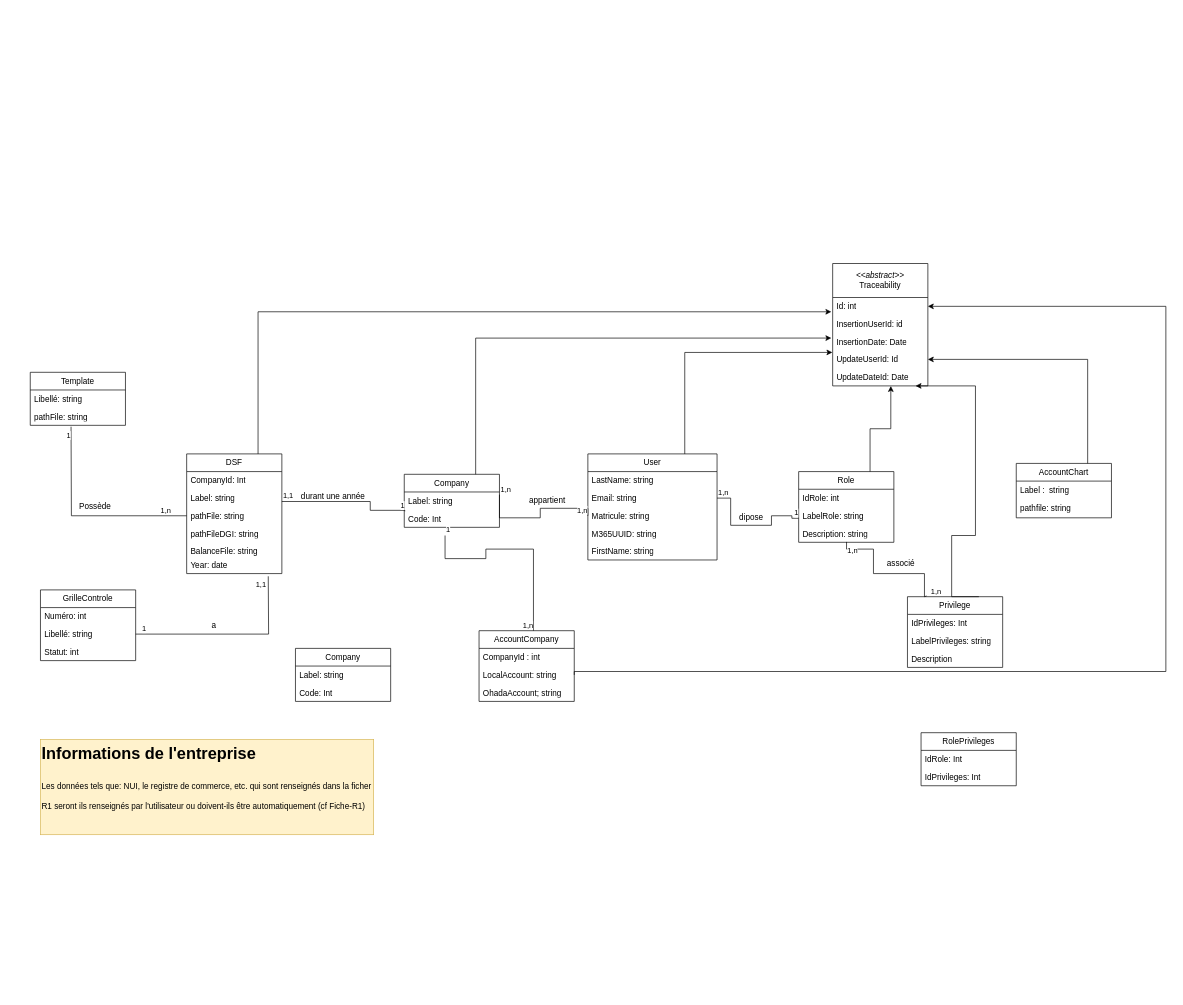
Earlier version of the draw.io diagram page "Copie de Diagramme_classe" (2 of 6) of Conception_DSF.drawio (Michelle-Ngami/Conception_DSF). Source tidied: cells renumbered, new cells numbered last; positions are measured from the earlier drawing's top-left corner, leaving out a move shared by most shapes. Both pictures are drawn from the tidied source at 68%, with x=0, y=0 at pixel (30, 263).
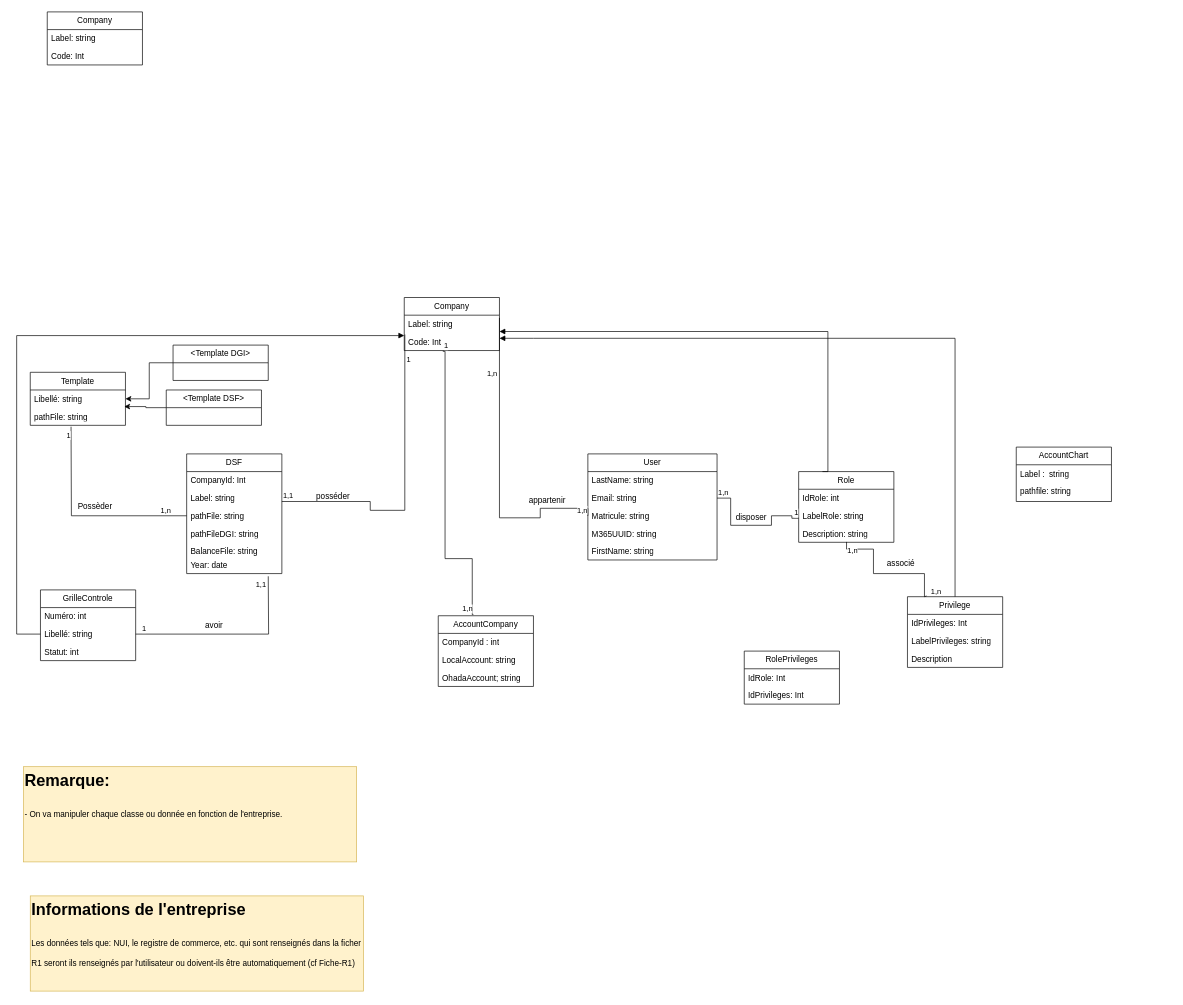
Above is the later version.

Commit message:
Mettre à jour Conception_DSF.drawio

The change refers to these unchanged cells:
```xml
<mxCell id="2" value="User" style="swimlane;fontStyle=0;horizontal=1;startSize=26;fillColor=none;whiteSpace=wrap;html=1;" parent="1" vertex="1">
  <mxGeometry x="820" y="280" width="190" height="156" as="geometry" />
</mxCell>
<mxCell id="10" value="Code: Int" style="text;strokeColor=none;fillColor=none;align=left;verticalAlign=top;spacingLeft=4;spacingRight=4;overflow=hidden;points=[[0,0.5],[1,0.5]];portConstraint=eastwest;whiteSpace=wrap;html=1;" parent="8" vertex="1">
  <mxGeometry y="52" width="140" height="26" as="geometry" />
</mxCell>
<mxCell id="11" value="Role" style="swimlane;fontStyle=0;horizontal=1;startSize=26;fillColor=none;whiteSpace=wrap;html=1;" parent="1" vertex="1">
  <mxGeometry x="1130" y="306" width="140" height="104" as="geometry" />
</mxCell>
<mxCell id="16" value="Privilege" style="swimlane;fontStyle=0;horizontal=1;startSize=26;fillColor=none;whiteSpace=wrap;html=1;" parent="1" vertex="1">
  <mxGeometry x="1290" y="490" width="140" height="104" as="geometry" />
</mxCell>
<mxCell id="29" value="DSF" style="swimlane;fontStyle=0;horizontal=1;startSize=26;fillColor=none;whiteSpace=wrap;html=1;" parent="1" vertex="1">
  <mxGeometry x="230" y="280" width="140" height="176" as="geometry" />
</mxCell>
<mxCell id="38" value="LocalAccount: string" style="text;strokeColor=none;fillColor=none;align=left;verticalAlign=top;spacingLeft=4;spacingRight=4;overflow=hidden;points=[[0,0.5],[1,0.5]];portConstraint=eastwest;whiteSpace=wrap;html=1;" parent="36" vertex="1">
  <mxGeometry y="52" width="140" height="26" as="geometry" />
</mxCell>
<mxCell id="49" style="endArrow=none;html=1;edgeStyle=orthogonalEdgeStyle;rounded=0;entryX=0;entryY=0.5;entryDx=0;entryDy=0;exitX=1;exitY=0.154;exitDx=0;exitDy=0;exitPerimeter=0;" parent="1" edge="1" source="9" target="5">
  <mxGeometry relative="1" as="geometry">
    <Array as="points">
      <mxPoint x="690" y="374" />
      <mxPoint x="750" y="374" />
      <mxPoint x="750" y="360" />
      <mxPoint x="820" y="360" />
    </Array>
  </mxGeometry>
</mxCell>
<mxCell id="55" style="endArrow=none;html=1;edgeStyle=orthogonalEdgeStyle;rounded=0;exitX=1;exitY=0.154;exitDx=0;exitDy=0;exitPerimeter=0;entryX=0.006;entryY=1.092;entryDx=0;entryDy=0;entryPerimeter=0;" parent="1" edge="1" target="9">
  <mxGeometry relative="1" as="geometry">
    <mxPoint x="370" y="350" as="sourcePoint" />
    <Array as="points">
      <mxPoint x="500" y="350" />
      <mxPoint x="500" y="363" />
      <mxPoint x="551" y="363" />
    </Array>
  </mxGeometry>
</mxCell>
<mxCell id="73" value="Libellé: string" style="text;strokeColor=none;fillColor=none;align=left;verticalAlign=top;spacingLeft=4;spacingRight=4;overflow=hidden;points=[[0,0.5],[1,0.5]];portConstraint=eastwest;whiteSpace=wrap;html=1;" parent="72" vertex="1">
  <mxGeometry y="26" width="140" height="26" as="geometry" />
</mxCell>
<mxCell id="74" value="pathFile: string" style="text;strokeColor=none;fillColor=none;align=left;verticalAlign=top;spacingLeft=4;spacingRight=4;overflow=hidden;points=[[0,0.5],[1,0.5]];portConstraint=eastwest;whiteSpace=wrap;html=1;" parent="72" vertex="1">
  <mxGeometry y="52" width="140" height="26" as="geometry" />
</mxCell>
<mxCell id="77" value="Libellé: string" style="text;strokeColor=none;fillColor=none;align=left;verticalAlign=top;spacingLeft=4;spacingRight=4;overflow=hidden;points=[[0,0.5],[1,0.5]];portConstraint=eastwest;whiteSpace=wrap;html=1;" parent="75" vertex="1">
  <mxGeometry y="52" width="140" height="26" as="geometry" />
</mxCell>
```

The edit, as a diff of the source:
```diff
@@
     <mxCell id="8" value="Company" style="swimlane;fontStyle=0;horizontal=1;startSize=26;fillColor=none;whiteSpace=wrap;html=1;" parent="1" vertex="1">
-      <mxGeometry x="550" y="310" width="140" height="78" as="geometry" />
+      <mxGeometry x="550" y="50" width="140" height="78" as="geometry" />
     </mxCell>
@@
-    <mxCell id="15" style="edgeStyle=orthogonalEdgeStyle;rounded=0;jettySize=auto;html=1;exitX=0.75;exitY=0;exitDx=0;exitDy=0;entryX=0.871;entryY=1;entryDx=0;entryDy=0;entryPerimeter=0;" parent="1" edge="1" source="16" target="28">
-      <mxGeometry relative="1" as="geometry">
-        <Array as="points">
-          <mxPoint x="1355" y="400" />
-          <mxPoint x="1390" y="400" />
-          <mxPoint x="1390" y="180" />
-        </Array>
-      </mxGeometry>
-    </mxCell>
@@
     <mxCell id="20" value="RolePrivileges" style="swimlane;fontStyle=0;horizontal=1;startSize=26;fillColor=none;whiteSpace=wrap;html=1;" parent="1" vertex="1">
-      <mxGeometry x="1310" y="690" width="140" height="78" as="geometry" />
+      <mxGeometry x="1050" y="570" width="140" height="78" as="geometry" />
     </mxCell>
@@
-    <mxCell id="23" value="&lt;div&gt;&lt;i&gt;&amp;lt;&amp;lt;abstract&amp;gt;&amp;gt;&lt;/i&gt;&lt;br&gt;&lt;/div&gt;Traceability" style="swimlane;fontStyle=0;horizontal=1;startSize=50;fillColor=none;whiteSpace=wrap;html=1;" parent="1" vertex="1">
-      <mxGeometry x="1180" width="140" height="180" as="geometry" />
-    </mxCell>
-    <mxCell id="24" value="Id: int" style="text;strokeColor=none;fillColor=none;align=left;verticalAlign=top;spacingLeft=4;spacingRight=4;overflow=hidden;points=[[0,0.5],[1,0.5]];portConstraint=eastwest;whiteSpace=wrap;html=1;" parent="23" vertex="1">
-      <mxGeometry y="50" width="140" height="26" as="geometry" />
-    </mxCell>
-    <mxCell id="25" value="InsertionUserId: id" style="text;strokeColor=none;fillColor=none;align=left;verticalAlign=top;spacingLeft=4;spacingRight=4;overflow=hidden;whiteSpace=wrap;html=1;" parent="23" vertex="1">
-      <mxGeometry y="76" width="140" height="26" as="geometry" />
-    </mxCell>
-    <mxCell id="26" value="InsertionDate: Date" style="text;strokeColor=none;fillColor=none;align=left;verticalAlign=top;spacingLeft=4;spacingRight=4;overflow=hidden;points=[[0,0.5],[1,0.5]];portConstraint=eastwest;whiteSpace=wrap;html=1;" parent="23" vertex="1">
-      <mxGeometry y="102" width="140" height="26" as="geometry" />
-    </mxCell>
-    <mxCell id="27" value="UpdateUserId: Id" style="text;strokeColor=none;fillColor=none;align=left;verticalAlign=top;spacingLeft=4;spacingRight=4;overflow=hidden;points=[[0,0.5],[1,0.5]];portConstraint=eastwest;whiteSpace=wrap;html=1;" parent="23" vertex="1">
-      <mxGeometry y="128" width="140" height="26" as="geometry" />
-    </mxCell>
-    <mxCell id="28" value="UpdateDateId: Date" style="text;strokeColor=none;fillColor=none;align=left;verticalAlign=top;spacingLeft=4;spacingRight=4;overflow=hidden;points=[[0,0.5],[1,0.5]];portConstraint=eastwest;whiteSpace=wrap;html=1;" parent="23" vertex="1">
-      <mxGeometry y="154" width="140" height="26" as="geometry" />
-    </mxCell>
@@
     <mxCell id="36" value="AccountCompany" style="swimlane;fontStyle=0;horizontal=1;startSize=26;fillColor=none;whiteSpace=wrap;html=1;" parent="1" vertex="1">
-      <mxGeometry x="660" y="540" width="140" height="104" as="geometry" />
+      <mxGeometry x="600" y="518" width="140" height="104" as="geometry" />
     </mxCell>
@@
-    <mxCell id="40" style="edgeStyle=orthogonalEdgeStyle;rounded=0;jettySize=auto;html=1;exitX=0.75;exitY=0;exitDx=0;exitDy=0;entryX=1;entryY=0.5;entryDx=0;entryDy=0;" parent="1" edge="1" source="41" target="27">
-      <mxGeometry relative="1" as="geometry" />
-    </mxCell>
     <mxCell id="41" value="AccountChart" style="swimlane;fontStyle=0;horizontal=1;startSize=26;fillColor=none;whiteSpace=wrap;html=1;" parent="1" vertex="1">
-      <mxGeometry x="1450" y="294" width="140" height="80" as="geometry" />
+      <mxGeometry x="1450" y="270" width="140" height="80" as="geometry" />
     </mxCell>
@@
-    <mxCell id="44" style="edgeStyle=orthogonalEdgeStyle;rounded=0;jettySize=auto;html=1;exitX=1;exitY=0.5;exitDx=0;exitDy=0;entryX=1;entryY=0.5;entryDx=0;entryDy=0;" parent="1" edge="1" source="38" target="24">
-      <mxGeometry relative="1" as="geometry">
-        <Array as="points">
-          <mxPoint x="800" y="600" />
-          <mxPoint x="1670" y="600" />
-          <mxPoint x="1670" y="63" />
-        </Array>
-      </mxGeometry>
-    </mxCell>
-    <mxCell id="45" style="edgeStyle=orthogonalEdgeStyle;rounded=0;jettySize=auto;html=1;exitX=0.75;exitY=0;exitDx=0;exitDy=0;entryX=0.611;entryY=1.007;entryDx=0;entryDy=0;entryPerimeter=0;" parent="1" edge="1" source="11" target="28">
-      <mxGeometry relative="1" as="geometry" />
-    </mxCell>
-    <mxCell id="46" style="edgeStyle=orthogonalEdgeStyle;rounded=0;jettySize=auto;html=1;exitX=0.75;exitY=0;exitDx=0;exitDy=0;entryX=-0.003;entryY=0.106;entryDx=0;entryDy=0;entryPerimeter=0;" parent="1" edge="1" source="2" target="27">
-      <mxGeometry relative="1" as="geometry" />
-    </mxCell>
-    <mxCell id="47" style="edgeStyle=orthogonalEdgeStyle;rounded=0;jettySize=auto;html=1;exitX=0.75;exitY=0;exitDx=0;exitDy=0;entryX=-0.014;entryY=0.295;entryDx=0;entryDy=0;entryPerimeter=0;" parent="1" edge="1" source="8" target="26">
-      <mxGeometry relative="1" as="geometry" />
-    </mxCell>
-    <mxCell id="48" style="edgeStyle=orthogonalEdgeStyle;rounded=0;jettySize=auto;html=1;exitX=0.75;exitY=0;exitDx=0;exitDy=0;entryX=-0.014;entryY=0.808;entryDx=0;entryDy=0;entryPerimeter=0;" parent="1" edge="1" source="29" target="24">
-      <mxGeometry relative="1" as="geometry" />
-    </mxCell>
@@
     <mxCell id="50" value="1,n" style="edgeLabel;html=1;align=left;verticalAlign=bottom;" parent="49" vertex="1">
-      <mxGeometry x="-1" relative="1" as="geometry" />
+      <mxGeometry x="-1" relative="1" as="geometry">
+        <mxPoint x="-20" y="90" as="offset" />
+      </mxGeometry>
     </mxCell>
@@
-    <mxCell id="52" style="endArrow=none;html=1;edgeStyle=orthogonalEdgeStyle;rounded=0;exitX=1;exitY=0.154;exitDx=0;exitDy=0;exitPerimeter=0;" parent="1" edge="1" target="36">
-      <mxGeometry relative="1" as="geometry">
-        <mxPoint x="610" y="400" as="sourcePoint" />
-        <Array as="points">
-          <mxPoint x="610" y="434" />
-          <mxPoint x="670" y="434" />
-          <mxPoint x="670" y="420" />
-          <mxPoint x="740" y="420" />
-        </Array>
-      </mxGeometry>
-    </mxCell>
-    <mxCell id="53" value="1" style="edgeLabel;html=1;align=left;verticalAlign=bottom;" parent="52" vertex="1">
-      <mxGeometry x="-1" relative="1" as="geometry" />
-    </mxCell>
-    <mxCell id="54" value="1,n" style="edgeLabel;html=1;align=right;verticalAlign=bottom;" parent="52" vertex="1">
-      <mxGeometry x="1" relative="1" as="geometry" />
-    </mxCell>
@@
     <mxCell id="57" value="1" style="edgeLabel;html=1;align=right;verticalAlign=bottom;" parent="55" vertex="1">
-      <mxGeometry x="1" relative="1" as="geometry" />
+      <mxGeometry x="1" relative="1" as="geometry">
+        <mxPoint x="9" y="45" as="offset" />
+      </mxGeometry>
     </mxCell>
-    <mxCell id="58" value="durant une année" style="text;html=1;align=center;verticalAlign=middle;strokeColor=none;fillColor=none;" parent="1" vertex="1">
-      <mxGeometry x="385" y="328" width="120" height="30" as="geometry" />
+    <mxCell id="58" value="posséder" style="text;html=1;align=center;verticalAlign=middle;strokeColor=none;fillColor=none;" parent="1" vertex="1">
+      <mxGeometry x="410" y="328" width="70" height="30" as="geometry" />
     </mxCell>
@@
-    <mxCell id="65" value="dipose" style="text;html=1;align=center;verticalAlign=middle;strokeColor=none;fillColor=none;" parent="1" vertex="1">
-      <mxGeometry x="1030" y="358" width="60" height="30" as="geometry" />
+    <mxCell id="65" value="disposer" style="text;html=1;align=center;verticalAlign=middle;strokeColor=none;fillColor=none;" parent="1" vertex="1">
+      <mxGeometry x="1025" y="358" width="70" height="30" as="geometry" />
     </mxCell>
@@
-    <mxCell id="67" value="appartient" style="text;html=1;align=center;verticalAlign=middle;strokeColor=none;fillColor=none;" parent="1" vertex="1">
+    <mxCell id="67" value="appartenir" style="text;html=1;align=center;verticalAlign=middle;strokeColor=none;fillColor=none;" parent="1" vertex="1">
       <mxGeometry x="720" y="334" width="80" height="30" as="geometry" />
     </mxCell>
     <mxCell id="68" value="Company" style="swimlane;fontStyle=0;horizontal=1;startSize=26;fillColor=none;whiteSpace=wrap;html=1;" parent="1" vertex="1">
-      <mxGeometry x="390" y="566" width="140" height="78" as="geometry" />
+      <mxGeometry x="25" y="-370" width="140" height="78" as="geometry" />
     </mxCell>
@@
     <mxCell id="71" value="&lt;h1 style=&quot;margin-top: 0px;&quot;&gt;&lt;span style=&quot;background-color: transparent; color: light-dark(rgb(0, 0, 0), rgb(255, 255, 255));&quot;&gt;Informations de l'entreprise&lt;/span&gt;&lt;/h1&gt;&lt;h1 style=&quot;margin-top: 0px;&quot;&gt;&lt;span style=&quot;background-color: transparent; color: light-dark(rgb(0, 0, 0), rgb(255, 255, 255)); font-size: 12px; font-weight: normal;&quot;&gt;Les données tels que: NUI, le registre de commerce, etc. qui sont renseignés dans la ficher R1 seront ils renseignés par l'utilisateur ou doivent-ils être automatiquement (cf Fiche-R1)&amp;nbsp;&amp;nbsp;&lt;/span&gt;&lt;/h1&gt;" style="text;html=1;whiteSpace=wrap;overflow=hidden;rounded=0;fillColor=#fff2cc;strokeColor=#d6b656;" parent="1" vertex="1">
-      <mxGeometry x="15" y="700" width="490" height="140" as="geometry" />
+      <mxGeometry y="930" width="490" height="140" as="geometry" />
     </mxCell>
@@
-    <mxCell id="82" value="a" style="text;html=1;align=center;verticalAlign=middle;strokeColor=none;fillColor=none;" parent="1" vertex="1">
-      <mxGeometry x="255" y="518" width="30" height="30" as="geometry" />
+    <mxCell id="82" value="avoir" style="text;html=1;align=center;verticalAlign=middle;strokeColor=none;fillColor=none;" parent="1" vertex="1">
+      <mxGeometry x="245" y="518" width="50" height="30" as="geometry" />
     </mxCell>
@@
-    <mxCell id="86" value="Possède" style="text;html=1;align=center;verticalAlign=middle;strokeColor=none;fillColor=none;" parent="1" vertex="1">
+    <mxCell id="86" value="Possèder" style="text;html=1;align=center;verticalAlign=middle;strokeColor=none;fillColor=none;" parent="1" vertex="1">
       <mxGeometry x="60" y="343" width="70" height="30" as="geometry" />
     </mxCell>
+    <mxCell id="87" style="endArrow=block;endFill=1;html=1;edgeStyle=orthogonalEdgeStyle;align=left;verticalAlign=top;rounded=0;exitX=0;exitY=0.5;exitDx=0;exitDy=0;" parent="1" edge="1" source="77">
+      <mxGeometry x="-1" relative="1" as="geometry">
+        <mxPoint x="550" y="106" as="targetPoint" />
+        <Array as="points">
+          <mxPoint x="-20" y="545" />
+          <mxPoint x="-20" y="106" />
+        </Array>
+      </mxGeometry>
+    </mxCell>
+    <mxCell id="88" style="endArrow=block;endFill=1;html=1;edgeStyle=orthogonalEdgeStyle;align=left;verticalAlign=top;rounded=0;exitX=0.25;exitY=0;exitDx=0;exitDy=0;" parent="1" edge="1" source="11">
+      <mxGeometry x="-1" relative="1" as="geometry">
+        <mxPoint x="690" y="100" as="targetPoint" />
+        <Array as="points">
+          <mxPoint x="1173" y="306" />
+          <mxPoint x="1173" y="100" />
+        </Array>
+      </mxGeometry>
+    </mxCell>
+    <mxCell id="89" style="endArrow=block;endFill=1;html=1;edgeStyle=orthogonalEdgeStyle;align=left;verticalAlign=top;rounded=0;exitX=0.5;exitY=0;exitDx=0;exitDy=0;" parent="1" edge="1" source="16">
+      <mxGeometry x="-1" relative="1" as="geometry">
+        <mxPoint x="690" y="110" as="targetPoint" />
+        <Array as="points">
+          <mxPoint x="1360" y="110" />
+          <mxPoint x="740" y="110" />
+        </Array>
+      </mxGeometry>
+    </mxCell>
+    <mxCell id="90" style="endArrow=none;html=1;edgeStyle=orthogonalEdgeStyle;rounded=0;exitX=0.405;exitY=1.044;exitDx=0;exitDy=0;exitPerimeter=0;entryX=0.369;entryY=-0.016;entryDx=0;entryDy=0;entryPerimeter=0;" parent="1" edge="1" source="10" target="36">
+      <mxGeometry relative="1" as="geometry">
+        <Array as="points">
+          <mxPoint x="610" y="129" />
+          <mxPoint x="610" y="434" />
+          <mxPoint x="650" y="434" />
+          <mxPoint x="650" y="516" />
+        </Array>
+      </mxGeometry>
+    </mxCell>
+    <mxCell id="53" value="1" style="edgeLabel;html=1;align=left;verticalAlign=bottom;" parent="90" vertex="1">
+      <mxGeometry x="-1" relative="1" as="geometry" />
+    </mxCell>
+    <mxCell id="54" value="1,n" style="edgeLabel;html=1;align=right;verticalAlign=bottom;" parent="90" vertex="1">
+      <mxGeometry x="1" relative="1" as="geometry" />
+    </mxCell>
+    <mxCell id="91" value="&lt;h1 style=&quot;margin-top: 0px;&quot;&gt;&lt;span style=&quot;background-color: transparent; color: light-dark(rgb(0, 0, 0), rgb(255, 255, 255));&quot;&gt;Remarque:&lt;/span&gt;&lt;/h1&gt;&lt;h1 style=&quot;margin-top: 0px;&quot;&gt;&lt;span style=&quot;background-color: transparent; color: light-dark(rgb(0, 0, 0), rgb(255, 255, 255)); font-size: 12px; font-weight: normal;&quot;&gt;- On va manipuler chaque classe ou donnée en fonction de l'entreprise.&amp;nbsp;&amp;nbsp;&lt;/span&gt;&lt;/h1&gt;" style="text;html=1;whiteSpace=wrap;overflow=hidden;rounded=0;fillColor=#fff2cc;strokeColor=#d6b656;" parent="1" vertex="1">
+      <mxGeometry x="-10" y="740" width="490" height="140" as="geometry" />
+    </mxCell>
+    <mxCell id="92" style="edgeStyle=orthogonalEdgeStyle;rounded=0;jettySize=auto;html=1;exitX=0;exitY=0.5;exitDx=0;exitDy=0;entryX=1;entryY=0.5;entryDx=0;entryDy=0;" parent="1" edge="1" source="93" target="73">
+      <mxGeometry relative="1" as="geometry" />
+    </mxCell>
+    <mxCell id="93" value="&amp;lt;Template DGI&amp;gt;" style="swimlane;fontStyle=0;horizontal=1;startSize=26;fillColor=none;whiteSpace=wrap;html=1;" parent="1" vertex="1">
+      <mxGeometry x="210" y="120" width="140" height="52" as="geometry" />
+    </mxCell>
+    <mxCell id="94" value="&amp;lt;Template DSF&amp;gt;" style="swimlane;fontStyle=0;horizontal=1;startSize=26;fillColor=none;whiteSpace=wrap;html=1;" parent="1" vertex="1">
+      <mxGeometry x="200" y="186" width="140" height="52" as="geometry" />
+    </mxCell>
+    <mxCell id="95" style="edgeStyle=orthogonalEdgeStyle;rounded=0;jettySize=auto;html=1;exitX=0;exitY=0.5;exitDx=0;exitDy=0;entryX=0.987;entryY=-0.061;entryDx=0;entryDy=0;entryPerimeter=0;" parent="1" edge="1" source="94" target="74">
+      <mxGeometry relative="1" as="geometry" />
+    </mxCell>
```
